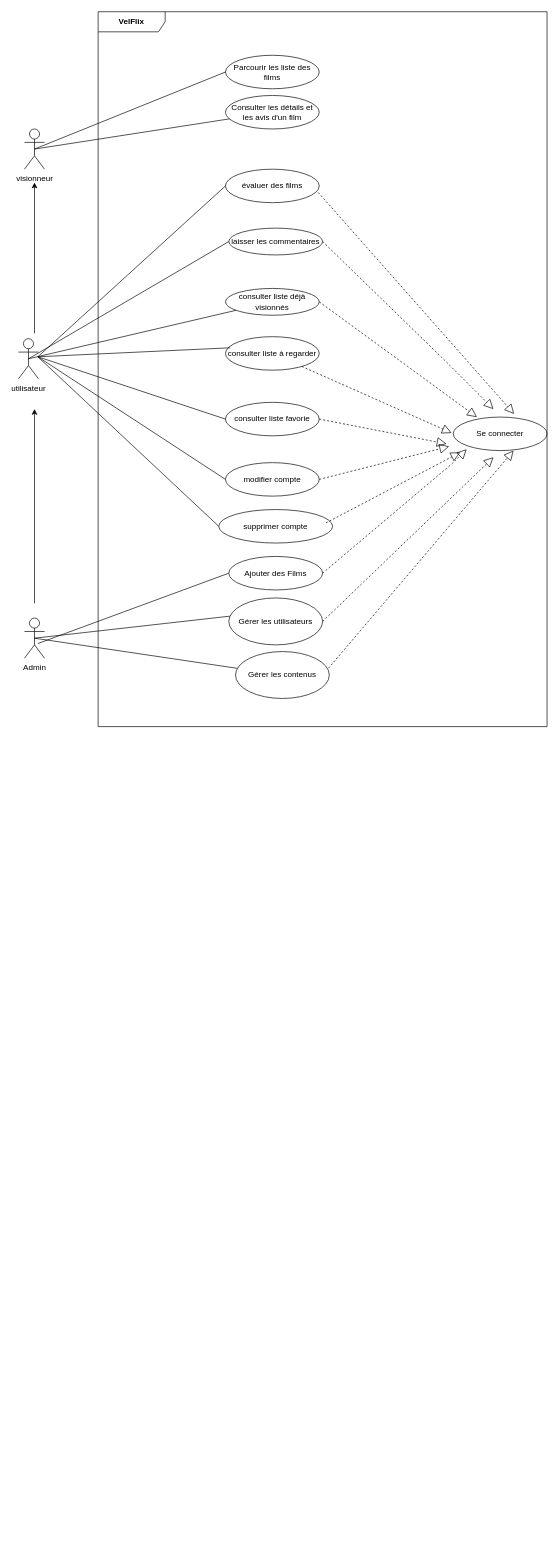
This is uml/use_case.drawio from emminyell/velFlix, a draw.io file, before an edit. Source tidied: cells renumbered, new cells numbered last; positions are measured from the earlier drawing's top-left corner, leaving out a move shared by most shapes. Both pictures are drawn from the tidied source at 67%, with x=0, y=0 at pixel (18, 11).
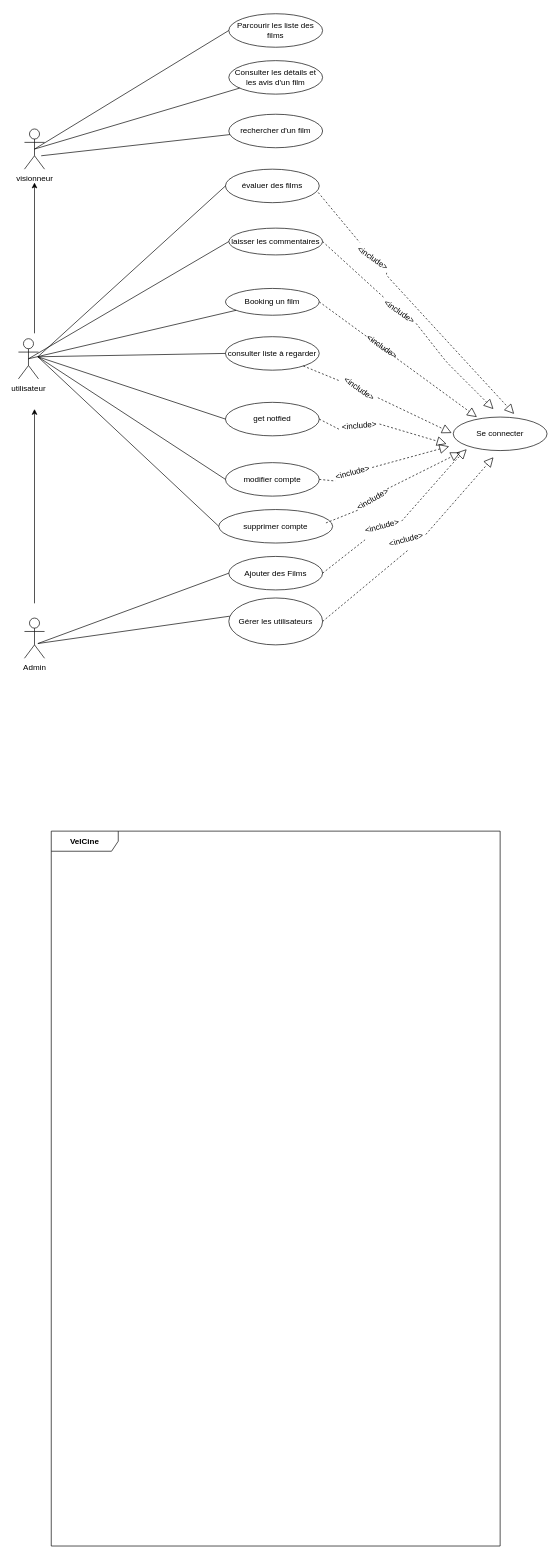
The same diagram, later.

Commit message (it also covers changes not shown here):
ajouter diagramme de classe

The change refers to these unchanged cells:
```xml
<mxCell id="5" value="Ajouter des Films" style="ellipse;whiteSpace=wrap;html=1;" parent="1" vertex="1">
  <mxGeometry x="314" y="813" width="140" height="50" as="geometry" />
</mxCell>
<mxCell id="6" value="évaluer des films" style="ellipse;whiteSpace=wrap;html=1;" parent="1" vertex="1">
  <mxGeometry x="309" y="235" width="140" height="50" as="geometry" />
</mxCell>
<mxCell id="9" value="laisser les commentaires" style="ellipse;whiteSpace=wrap;html=1;" parent="1" vertex="1">
  <mxGeometry x="314" y="323" width="140" height="40" as="geometry" />
</mxCell>
<mxCell id="11" value="consulter liste à regarder" style="ellipse;whiteSpace=wrap;html=1;" parent="1" vertex="1">
  <mxGeometry x="309" y="485" width="140" height="50" as="geometry" />
</mxCell>
<mxCell id="13" value="modifier compte" style="ellipse;whiteSpace=wrap;html=1;" parent="1" vertex="1">
  <mxGeometry x="309" y="673" width="140" height="50" as="geometry" />
</mxCell>
<mxCell id="14" value="supprimer compte" style="ellipse;whiteSpace=wrap;html=1;" parent="1" vertex="1">
  <mxGeometry x="299" y="743" width="170" height="50" as="geometry" />
</mxCell>
<mxCell id="15" value="Admin" style="shape=umlActor;verticalLabelPosition=bottom;verticalAlign=top;html=1;" parent="1" vertex="1">
  <mxGeometry x="9" y="905" width="30" height="60" as="geometry" />
</mxCell>
<mxCell id="16" value="Gérer les utilisateurs" style="ellipse;whiteSpace=wrap;html=1;" parent="1" vertex="1">
  <mxGeometry x="314" y="875" width="140" height="70" as="geometry" />
</mxCell>
```

Change to the diagram source:
```diff
@@
     <mxCell id="3" value="Parcourir les liste des films" style="ellipse;whiteSpace=wrap;html=1;" parent="1" vertex="1">
-      <mxGeometry x="309" y="65" width="140" height="50" as="geometry" />
+      <mxGeometry x="314" y="3" width="140" height="50" as="geometry" />
     </mxCell>
     <mxCell id="4" value="Consulter les détails et les avis d'un film" style="ellipse;whiteSpace=wrap;html=1;" parent="1" vertex="1">
-      <mxGeometry x="309" y="125" width="140" height="50" as="geometry" />
+      <mxGeometry x="314" y="73" width="140" height="50" as="geometry" />
     </mxCell>
@@
-    <mxCell id="10" value="consulter liste déjà visionnés" style="ellipse;whiteSpace=wrap;html=1;" parent="1" vertex="1">
+    <mxCell id="10" value="Booking un film" style="ellipse;whiteSpace=wrap;html=1;" parent="1" vertex="1">
       <mxGeometry x="309" y="413" width="140" height="40" as="geometry" />
     </mxCell>
@@
-    <mxCell id="12" value="consulter liste favorie" style="ellipse;whiteSpace=wrap;html=1;" parent="1" vertex="1">
+    <mxCell id="12" value="get notfied" style="ellipse;whiteSpace=wrap;html=1;" parent="1" vertex="1">
       <mxGeometry x="309" y="583" width="140" height="50" as="geometry" />
     </mxCell>
@@
-    <mxCell id="17" value="Gérer les contenus" style="ellipse;whiteSpace=wrap;html=1;" parent="1" vertex="1">
-      <mxGeometry x="324" y="955" width="140" height="70" as="geometry" />
-    </mxCell>
-    <mxCell id="18" style="endArrow=none;html=1;exitX=0.5;exitY=0.5;exitDx=0;exitDy=0;exitPerimeter=0;entryX=0.01;entryY=0.388;entryDx=0;entryDy=0;entryPerimeter=0;" parent="1" edge="1" source="15" target="16">
-      <mxGeometry relative="1" as="geometry" />
+    <mxCell id="18" style="endArrow=none;html=1;entryX=0.01;entryY=0.388;entryDx=0;entryDy=0;entryPerimeter=0;" parent="1" edge="1" target="16">
+      <mxGeometry relative="1" as="geometry">
+        <mxPoint x="29" y="943" as="sourcePoint" />
+      </mxGeometry>
     </mxCell>
-    <mxCell id="19" style="endArrow=none;html=1;exitX=0.5;exitY=0.5;exitDx=0;exitDy=0;exitPerimeter=0;" parent="1" edge="1" source="15" target="17">
-      <mxGeometry relative="1" as="geometry" />
-    </mxCell>
@@
-    <mxCell id="25" style="endArrow=none;html=1;entryX=0.05;entryY=0.332;entryDx=0;entryDy=0;entryPerimeter=0;" parent="1" edge="1" target="11">
+    <mxCell id="25" style="endArrow=none;html=1;entryX=0;entryY=0.5;entryDx=0;entryDy=0;" parent="1" edge="1" target="11">
       <mxGeometry relative="1" as="geometry">
         <mxPoint x="29" y="515" as="sourcePoint" />
       </mxGeometry>
     </mxCell>
@@
-    <mxCell id="30" style="endArrow=block;dashed=1;endFill=0;endSize=12;html=1;exitX=1;exitY=0.5;exitDx=0;exitDy=0;" parent="1" edge="1" source="5">
+    <mxCell id="30" style="endArrow=block;dashed=1;endFill=0;endSize=12;html=1;exitX=1;exitY=0.5;exitDx=0;exitDy=0;startArrow=none;" parent="1" edge="1" source="57">
       <mxGeometry relative="1" as="geometry">
         <mxPoint x="669" y="653" as="targetPoint" />
         <Array as="points">
           <mxPoint x="649" y="673" />
         </Array>
       </mxGeometry>
     </mxCell>
-    <mxCell id="31" style="endArrow=block;dashed=1;endFill=0;endSize=12;html=1;exitX=0.989;exitY=0.696;exitDx=0;exitDy=0;exitPerimeter=0;" parent="1" edge="1" source="6">
+    <mxCell id="31" style="endArrow=block;dashed=1;endFill=0;endSize=12;html=1;exitX=0.989;exitY=0.696;exitDx=0;exitDy=0;exitPerimeter=0;startArrow=none;" parent="1" edge="1" source="47">
       <mxGeometry relative="1" as="geometry">
         <mxPoint x="739.8" y="600.3" as="targetPoint" />
+        <Array as="points">
+          <mxPoint x="549" y="393" />
+        </Array>
       </mxGeometry>
     </mxCell>
-    <mxCell id="32" style="endArrow=block;dashed=1;endFill=0;endSize=12;html=1;exitX=1;exitY=0.5;exitDx=0;exitDy=0;" parent="1" edge="1" source="9">
+    <mxCell id="32" style="endArrow=block;dashed=1;endFill=0;endSize=12;html=1;exitX=1;exitY=0.5;exitDx=0;exitDy=0;startArrow=none;" parent="1" edge="1" source="45">
       <mxGeometry relative="1" as="geometry">
         <mxPoint x="709" y="593" as="targetPoint" />
         <Array as="points">
           <mxPoint x="639" y="523" />
           <mxPoint x="679" y="563" />
           <mxPoint x="709" y="593" />
         </Array>
       </mxGeometry>
     </mxCell>
@@
-    <mxCell id="34" style="endArrow=block;dashed=1;endFill=0;endSize=12;html=1;" parent="1" edge="1" source="11">
+    <mxCell id="34" style="endArrow=block;dashed=1;endFill=0;endSize=12;html=1;startArrow=none;" parent="1" edge="1" source="49">
       <mxGeometry relative="1" as="geometry">
         <mxPoint x="646.6" y="628.7" as="targetPoint" />
       </mxGeometry>
     </mxCell>
-    <mxCell id="35" style="endArrow=block;dashed=1;endFill=0;endSize=12;html=1;exitX=1;exitY=0.5;exitDx=0;exitDy=0;entryX=0;entryY=0.6;entryDx=0;entryDy=0;entryPerimeter=0;" parent="1" edge="1" source="12">
+    <mxCell id="35" style="endArrow=block;dashed=1;endFill=0;endSize=12;html=1;exitX=1;exitY=0.5;exitDx=0;exitDy=0;entryX=0;entryY=0.6;entryDx=0;entryDy=0;entryPerimeter=0;startArrow=none;" parent="1" edge="1" source="51">
       <mxGeometry relative="1" as="geometry">
         <mxPoint x="639" y="645" as="targetPoint" />
       </mxGeometry>
     </mxCell>
-    <mxCell id="36" style="endArrow=block;dashed=1;endFill=0;endSize=12;html=1;exitX=1;exitY=0.5;exitDx=0;exitDy=0;entryX=0.028;entryY=0.675;entryDx=0;entryDy=0;entryPerimeter=0;" parent="1" edge="1" source="13">
+    <mxCell id="36" style="endArrow=block;dashed=1;endFill=0;endSize=12;html=1;exitX=1;exitY=0.5;exitDx=0;exitDy=0;entryX=0.028;entryY=0.675;entryDx=0;entryDy=0;entryPerimeter=0;startArrow=none;" parent="1" edge="1" source="53">
       <mxGeometry relative="1" as="geometry">
         <mxPoint x="642.9" y="648.8" as="targetPoint" />
       </mxGeometry>
     </mxCell>
-    <mxCell id="37" style="endArrow=block;dashed=1;endFill=0;endSize=12;html=1;exitX=0.941;exitY=0.4;exitDx=0;exitDy=0;entryX=0;entryY=1;entryDx=0;entryDy=0;exitPerimeter=0;" parent="1" edge="1" source="14">
+    <mxCell id="37" style="endArrow=block;dashed=1;endFill=0;endSize=12;html=1;exitX=0.941;exitY=0.4;exitDx=0;exitDy=0;entryX=0;entryY=1;entryDx=0;entryDy=0;exitPerimeter=0;startArrow=none;" parent="1" edge="1" source="55">
       <mxGeometry relative="1" as="geometry">
         <mxPoint x="659.5" y="657.7" as="targetPoint" />
       </mxGeometry>
     </mxCell>
-    <mxCell id="38" style="endArrow=block;dashed=1;endFill=0;endSize=12;html=1;exitX=1;exitY=0.5;exitDx=0;exitDy=0;entryX=0.5;entryY=1;entryDx=0;entryDy=0;" parent="1" edge="1" source="16">
+    <mxCell id="38" style="endArrow=block;dashed=1;endFill=0;endSize=12;html=1;exitX=1;exitY=0.5;exitDx=0;exitDy=0;entryX=0.5;entryY=1;entryDx=0;entryDy=0;startArrow=none;" parent="1" edge="1" source="59">
       <mxGeometry relative="1" as="geometry">
         <mxPoint x="709" y="665" as="targetPoint" />
       </mxGeometry>
     </mxCell>
-    <mxCell id="39" style="endArrow=block;dashed=1;endFill=0;endSize=12;html=1;exitX=0.992;exitY=0.353;exitDx=0;exitDy=0;exitPerimeter=0;entryX=0.714;entryY=0.8;entryDx=0;entryDy=0;entryPerimeter=0;" parent="1" edge="1" source="17">
-      <mxGeometry relative="1" as="geometry">
-        <mxPoint x="739" y="655" as="targetPoint" />
-      </mxGeometry>
-    </mxCell>
@@
-    <mxCell id="41" value="VelFlix" style="shape=umlFrame;whiteSpace=wrap;html=1;width=100;height=30;fontStyle=1;" parent="1" vertex="1">
-      <mxGeometry x="119" width="670" height="1067" as="geometry" />
+    <mxCell id="41" value="VelCine" style="shape=umlFrame;whiteSpace=wrap;html=1;width=100;height=30;fontStyle=1;" parent="1" vertex="1">
+      <mxGeometry x="49" y="1223" width="670" height="1067" as="geometry" />
     </mxCell>
@@
+    <mxCell id="43" value="&amp;lt;include&amp;gt;" style="text;html=1;strokeColor=none;fillColor=none;align=center;verticalAlign=middle;whiteSpace=wrap;rounded=0;rotation=35;" parent="1" vertex="1">
+      <mxGeometry x="513" y="485" width="60" height="30" as="geometry" />
+    </mxCell>
+    <mxCell id="44" style="endArrow=none;dashed=1;endFill=0;endSize=12;html=1;exitX=1;exitY=0.5;exitDx=0;exitDy=0;" parent="1" edge="1" source="9" target="45">
+      <mxGeometry relative="1" as="geometry" />
+    </mxCell>
+    <mxCell id="45" value="&amp;lt;include&amp;gt;" style="text;html=1;strokeColor=none;fillColor=none;align=center;verticalAlign=middle;whiteSpace=wrap;rounded=0;rotation=35;" parent="1" vertex="1">
+      <mxGeometry x="539" y="433" width="60" height="30" as="geometry" />
+    </mxCell>
+    <mxCell id="46" style="endArrow=none;dashed=1;endFill=0;endSize=12;html=1;exitX=0.989;exitY=0.696;exitDx=0;exitDy=0;exitPerimeter=0;" parent="1" edge="1" source="6" target="47">
+      <mxGeometry relative="1" as="geometry" />
+    </mxCell>
+    <mxCell id="47" value="&amp;lt;include&amp;gt;" style="text;html=1;strokeColor=none;fillColor=none;align=center;verticalAlign=middle;whiteSpace=wrap;rounded=0;rotation=35;" parent="1" vertex="1">
+      <mxGeometry x="499" y="353" width="60" height="30" as="geometry" />
+    </mxCell>
+    <mxCell id="48" style="endArrow=none;dashed=1;endFill=0;endSize=12;html=1;" parent="1" edge="1" source="11" target="49">
+      <mxGeometry relative="1" as="geometry" />
+    </mxCell>
+    <mxCell id="49" value="&amp;lt;include&amp;gt;" style="text;html=1;strokeColor=none;fillColor=none;align=center;verticalAlign=middle;whiteSpace=wrap;rounded=0;rotation=35;" parent="1" vertex="1">
+      <mxGeometry x="479" y="548" width="60" height="30" as="geometry" />
+    </mxCell>
+    <mxCell id="50" style="endArrow=none;dashed=1;endFill=0;endSize=12;html=1;exitX=1;exitY=0.5;exitDx=0;exitDy=0;entryX=0;entryY=0.6;entryDx=0;entryDy=0;entryPerimeter=0;" parent="1" edge="1" source="12" target="51">
+      <mxGeometry relative="1" as="geometry" />
+    </mxCell>
+    <mxCell id="51" value="&amp;lt;include&amp;gt;" style="text;html=1;strokeColor=none;fillColor=none;align=center;verticalAlign=middle;whiteSpace=wrap;rounded=0;rotation=-5;" parent="1" vertex="1">
+      <mxGeometry x="479" y="603" width="60" height="30" as="geometry" />
+    </mxCell>
+    <mxCell id="52" style="endArrow=none;dashed=1;endFill=0;endSize=12;html=1;exitX=1;exitY=0.5;exitDx=0;exitDy=0;entryX=0.028;entryY=0.675;entryDx=0;entryDy=0;entryPerimeter=0;" parent="1" edge="1" source="13" target="53">
+      <mxGeometry relative="1" as="geometry" />
+    </mxCell>
+    <mxCell id="53" value="&amp;lt;include&amp;gt;" style="text;html=1;strokeColor=none;fillColor=none;align=center;verticalAlign=middle;whiteSpace=wrap;rounded=0;rotation=-15;" parent="1" vertex="1">
+      <mxGeometry x="469" y="673" width="60" height="30" as="geometry" />
+    </mxCell>
+    <mxCell id="54" style="endArrow=none;dashed=1;endFill=0;endSize=12;html=1;exitX=0.941;exitY=0.4;exitDx=0;exitDy=0;exitPerimeter=0;" parent="1" edge="1" source="14">
+      <mxGeometry relative="1" as="geometry">
+        <mxPoint x="509" y="743" as="targetPoint" />
+      </mxGeometry>
+    </mxCell>
+    <mxCell id="55" value="&amp;lt;include&amp;gt;" style="text;html=1;strokeColor=none;fillColor=none;align=center;verticalAlign=middle;whiteSpace=wrap;rounded=0;rotation=-30;" parent="1" vertex="1">
+      <mxGeometry x="499" y="713" width="60" height="30" as="geometry" />
+    </mxCell>
+    <mxCell id="56" style="endArrow=none;dashed=1;endFill=0;endSize=12;html=1;exitX=1;exitY=0.5;exitDx=0;exitDy=0;" parent="1" edge="1" source="5" target="57">
+      <mxGeometry relative="1" as="geometry" />
+    </mxCell>
+    <mxCell id="57" value="&amp;lt;include&amp;gt;" style="text;html=1;strokeColor=none;fillColor=none;align=center;verticalAlign=middle;whiteSpace=wrap;rounded=0;rotation=-15;" parent="1" vertex="1">
+      <mxGeometry x="513" y="753" width="60" height="30" as="geometry" />
+    </mxCell>
+    <mxCell id="58" style="endArrow=none;dashed=1;endFill=0;endSize=12;html=1;exitX=1;exitY=0.5;exitDx=0;exitDy=0;entryX=0.5;entryY=1;entryDx=0;entryDy=0;" parent="1" edge="1" source="16" target="59">
+      <mxGeometry relative="1" as="geometry" />
+    </mxCell>
+    <mxCell id="59" value="&amp;lt;include&amp;gt;" style="text;html=1;strokeColor=none;fillColor=none;align=center;verticalAlign=middle;whiteSpace=wrap;rounded=0;rotation=-15;" parent="1" vertex="1">
+      <mxGeometry x="549" y="773" width="60" height="30" as="geometry" />
+    </mxCell>
+    <mxCell id="60" style="endArrow=none;html=1;exitX=0.5;exitY=0.5;exitDx=0;exitDy=0;exitPerimeter=0;" parent="1" edge="1">
+      <mxGeometry relative="1" as="geometry">
+        <mxPoint x="34" y="215" as="sourcePoint" />
+        <mxPoint x="319" y="183" as="targetPoint" />
+      </mxGeometry>
+    </mxCell>
+    <mxCell id="61" value="rechercher d'un film" style="ellipse;whiteSpace=wrap;html=1;" parent="1" vertex="1">
+      <mxGeometry x="314" y="153" width="140" height="50" as="geometry" />
+    </mxCell>
```
